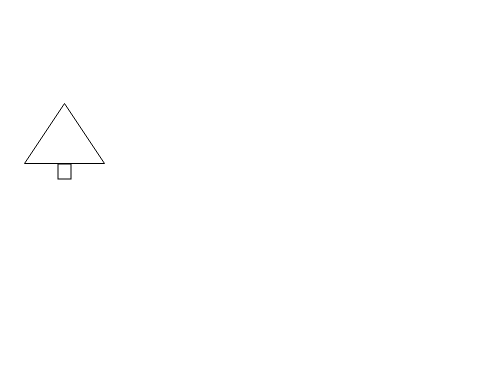
The draw.io diagram decision-tree.drawio in Zhang-Liao/draw-io, before the edit. Source tidied: cells renumbered, new cells numbered last; positions are measured from the earlier drawing's top-left corner, leaving out a move shared by most shapes. Both pictures are drawn from the tidied source at 100%, with x=0, y=0 at pixel (24, 93).
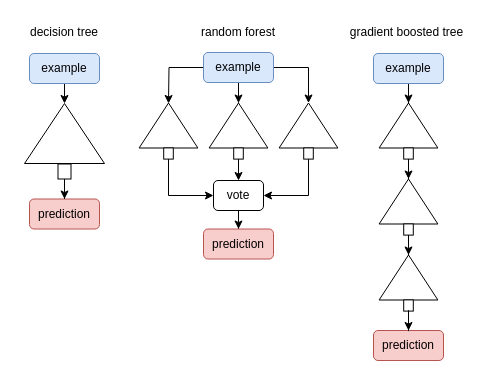
Above is the later version.

Unchanged cells that the change refers to:
```xml
<mxCell id="3" style="triangle;whiteSpace=wrap;html=1;rotation=-90;" parent="2" vertex="1">
  <mxGeometry x="10" y="-10" width="60" height="80" as="geometry" />
</mxCell>
<mxCell id="4" style="rounded=0;whiteSpace=wrap;html=1;rotation=90;" parent="2" vertex="1">
  <mxGeometry x="32.5" y="61.5" width="15" height="13" as="geometry" />
</mxCell>
```

Diff of the diagram source:
```diff
@@
+    <mxCell id="5" style="group;" parent="1" vertex="1">
+      <mxGeometry x="114" y="10" width="60" height="55.5" as="geometry" />
+    </mxCell>
+    <mxCell id="6" style="triangle;whiteSpace=wrap;html=1;rotation=-90;" parent="5" vertex="1">
+      <mxGeometry x="7.5" y="-7.4" width="45" height="58.8" as="geometry" />
+    </mxCell>
+    <mxCell id="7" style="rounded=0;whiteSpace=wrap;html=1;rotation=90;" parent="5" vertex="1">
+      <mxGeometry x="24.4" y="45.2" width="11.2" height="9.6" as="geometry" />
+    </mxCell>
+    <mxCell id="8" style="group;" parent="1" vertex="1">
+      <mxGeometry x="184" y="10" width="60" height="55.5" as="geometry" />
+    </mxCell>
+    <mxCell id="9" style="triangle;whiteSpace=wrap;html=1;rotation=-90;" parent="8" vertex="1">
+      <mxGeometry x="7.5" y="-7.4" width="45" height="58.8" as="geometry" />
+    </mxCell>
+    <mxCell id="10" style="rounded=0;whiteSpace=wrap;html=1;rotation=90;" parent="8" vertex="1">
+      <mxGeometry x="24.4" y="45.2" width="11.2" height="9.6" as="geometry" />
+    </mxCell>
+    <mxCell id="11" style="group;" parent="1" vertex="1">
+      <mxGeometry x="254" y="10" width="60" height="55.5" as="geometry" />
+    </mxCell>
+    <mxCell id="12" style="triangle;whiteSpace=wrap;html=1;rotation=-90;" parent="11" vertex="1">
+      <mxGeometry x="7.5" y="-7.4" width="45" height="58.8" as="geometry" />
+    </mxCell>
+    <mxCell id="13" style="rounded=0;whiteSpace=wrap;html=1;rotation=90;" parent="11" vertex="1">
+      <mxGeometry x="24.4" y="45.2" width="11.2" height="9.6" as="geometry" />
+    </mxCell>
+    <mxCell id="14" style="group;" parent="1" vertex="1">
+      <mxGeometry x="354" y="10" width="60" height="55.5" as="geometry" />
+    </mxCell>
+    <mxCell id="15" style="triangle;whiteSpace=wrap;html=1;rotation=-90;" parent="14" vertex="1">
+      <mxGeometry x="7.5" y="-7.4" width="45" height="58.8" as="geometry" />
+    </mxCell>
+    <mxCell id="16" style="rounded=0;whiteSpace=wrap;html=1;rotation=90;" parent="14" vertex="1">
+      <mxGeometry x="24.4" y="45.2" width="11.2" height="9.6" as="geometry" />
+    </mxCell>
+    <mxCell id="17" style="group;" parent="1" vertex="1">
+      <mxGeometry x="354" y="86" width="60" height="55.5" as="geometry" />
+    </mxCell>
+    <mxCell id="18" style="triangle;whiteSpace=wrap;html=1;rotation=-90;" parent="17" vertex="1">
+      <mxGeometry x="7.5" y="-7.4" width="45" height="58.8" as="geometry" />
+    </mxCell>
+    <mxCell id="19" style="rounded=0;whiteSpace=wrap;html=1;rotation=90;" parent="17" vertex="1">
+      <mxGeometry x="24.4" y="45.2" width="11.2" height="9.6" as="geometry" />
+    </mxCell>
+    <mxCell id="20" style="group;" parent="1" vertex="1">
+      <mxGeometry x="354" y="162" width="60" height="55.5" as="geometry" />
+    </mxCell>
+    <mxCell id="21" style="triangle;whiteSpace=wrap;html=1;rotation=-90;" parent="20" vertex="1">
+      <mxGeometry x="7.5" y="-7.4" width="45" height="58.8" as="geometry" />
+    </mxCell>
+    <mxCell id="22" style="rounded=0;whiteSpace=wrap;html=1;rotation=90;" parent="20" vertex="1">
+      <mxGeometry x="24.4" y="45.2" width="11.2" height="9.6" as="geometry" />
+    </mxCell>
+    <mxCell id="23" style="edgeStyle=orthogonalEdgeStyle;rounded=0;jettySize=auto;html=1;exitX=0.5;exitY=1;exitDx=0;exitDy=0;entryX=1;entryY=0.5;entryDx=0;entryDy=0;" parent="1" edge="1" source="24" target="3">
+      <mxGeometry relative="1" as="geometry" />
+    </mxCell>
+    <mxCell id="24" value="example" style="rounded=1;whiteSpace=wrap;html=1;fillColor=#dae8fc;strokeColor=#6c8ebf;" parent="1" vertex="1">
+      <mxGeometry x="5" y="-40" width="70" height="30" as="geometry" />
+    </mxCell>
+    <mxCell id="25" value="prediction" style="rounded=1;whiteSpace=wrap;html=1;fillColor=#f8cecc;strokeColor=#b85450;" parent="1" vertex="1">
+      <mxGeometry x="5" y="105.5" width="70" height="30" as="geometry" />
+    </mxCell>
+    <mxCell id="26" style="edgeStyle=orthogonalEdgeStyle;rounded=0;jettySize=auto;html=1;" parent="1" edge="1" source="4" target="25">
+      <mxGeometry relative="1" as="geometry" />
+    </mxCell>
+    <mxCell id="27" style="edgeStyle=orthogonalEdgeStyle;rounded=0;jettySize=auto;html=1;" parent="1" edge="1" source="30">
+      <mxGeometry relative="1" as="geometry">
+        <mxPoint x="144" y="10" as="targetPoint" />
+      </mxGeometry>
+    </mxCell>
+    <mxCell id="28" style="edgeStyle=orthogonalEdgeStyle;rounded=0;jettySize=auto;html=1;entryX=1;entryY=0.5;entryDx=0;entryDy=0;" parent="1" edge="1" source="30" target="9">
+      <mxGeometry relative="1" as="geometry" />
+    </mxCell>
+    <mxCell id="29" style="edgeStyle=orthogonalEdgeStyle;rounded=0;jettySize=auto;html=1;entryX=1;entryY=0.5;entryDx=0;entryDy=0;" parent="1" edge="1" source="30" target="12">
+      <mxGeometry relative="1" as="geometry" />
+    </mxCell>
+    <mxCell id="30" value="example" style="rounded=1;whiteSpace=wrap;html=1;fillColor=#dae8fc;strokeColor=#6c8ebf;" parent="1" vertex="1">
+      <mxGeometry x="179" y="-41" width="70" height="30" as="geometry" />
+    </mxCell>
+    <mxCell id="31" style="edgeStyle=orthogonalEdgeStyle;rounded=0;jettySize=auto;html=1;entryX=0.5;entryY=0;entryDx=0;entryDy=0;" parent="1" edge="1" source="32" target="36">
+      <mxGeometry relative="1" as="geometry" />
+    </mxCell>
+    <mxCell id="32" value="vote" style="rounded=1;whiteSpace=wrap;html=1;" parent="1" vertex="1">
+      <mxGeometry x="189" y="87" width="50" height="30" as="geometry" />
+    </mxCell>
+    <mxCell id="33" style="edgeStyle=orthogonalEdgeStyle;rounded=0;jettySize=auto;html=1;entryX=0;entryY=0.5;entryDx=0;entryDy=0;exitX=1;exitY=0.5;exitDx=0;exitDy=0;" parent="1" edge="1" source="7" target="32">
+      <mxGeometry relative="1" as="geometry" />
+    </mxCell>
+    <mxCell id="34" style="edgeStyle=orthogonalEdgeStyle;rounded=0;jettySize=auto;html=1;entryX=0.5;entryY=0;entryDx=0;entryDy=0;" parent="1" edge="1" source="10" target="32">
+      <mxGeometry relative="1" as="geometry" />
+    </mxCell>
+    <mxCell id="35" style="edgeStyle=orthogonalEdgeStyle;rounded=0;jettySize=auto;html=1;entryX=1;entryY=0.5;entryDx=0;entryDy=0;exitX=1;exitY=0.5;exitDx=0;exitDy=0;" parent="1" edge="1" source="13" target="32">
+      <mxGeometry relative="1" as="geometry" />
+    </mxCell>
+    <mxCell id="36" value="prediction" style="rounded=1;whiteSpace=wrap;html=1;fillColor=#f8cecc;strokeColor=#b85450;" parent="1" vertex="1">
+      <mxGeometry x="179" y="135.5" width="70" height="30" as="geometry" />
+    </mxCell>
+    <mxCell id="37" style="edgeStyle=orthogonalEdgeStyle;rounded=0;jettySize=auto;html=1;entryX=1;entryY=0.5;entryDx=0;entryDy=0;" parent="1" edge="1" source="38" target="15">
+      <mxGeometry relative="1" as="geometry" />
+    </mxCell>
+    <mxCell id="38" value="example" style="rounded=1;whiteSpace=wrap;html=1;fillColor=#dae8fc;strokeColor=#6c8ebf;" parent="1" vertex="1">
+      <mxGeometry x="349" y="-40" width="70" height="30" as="geometry" />
+    </mxCell>
+    <mxCell id="39" style="edgeStyle=orthogonalEdgeStyle;rounded=0;jettySize=auto;html=1;entryX=1;entryY=0.5;entryDx=0;entryDy=0;" parent="1" edge="1" source="16" target="18">
+      <mxGeometry relative="1" as="geometry" />
+    </mxCell>
+    <mxCell id="40" style="edgeStyle=orthogonalEdgeStyle;rounded=0;jettySize=auto;html=1;entryX=1;entryY=0.5;entryDx=0;entryDy=0;" parent="1" edge="1" source="19" target="21">
+      <mxGeometry relative="1" as="geometry" />
+    </mxCell>
+    <mxCell id="41" value="prediction" style="rounded=1;whiteSpace=wrap;html=1;fillColor=#f8cecc;strokeColor=#b85450;" parent="1" vertex="1">
+      <mxGeometry x="349" y="237" width="70" height="30" as="geometry" />
+    </mxCell>
+    <mxCell id="42" style="edgeStyle=orthogonalEdgeStyle;rounded=0;jettySize=auto;html=1;entryX=0.5;entryY=0;entryDx=0;entryDy=0;" parent="1" edge="1" source="22" target="41">
+      <mxGeometry relative="1" as="geometry" />
+    </mxCell>
+    <mxCell id="43" value="decision tree" style="text;strokeColor=none;align=center;fillColor=none;html=1;verticalAlign=middle;whiteSpace=wrap;rounded=0;" parent="1" vertex="1">
+      <mxGeometry x="-7" y="-76" width="94" height="30" as="geometry" />
+    </mxCell>
+    <mxCell id="44" value="random&amp;nbsp;&lt;span style=&quot;background-color: initial;&quot;&gt;forest&lt;/span&gt;" style="text;strokeColor=none;align=center;fillColor=none;html=1;verticalAlign=middle;whiteSpace=wrap;rounded=0;" parent="1" vertex="1">
+      <mxGeometry x="154" y="-76" width="120" height="30" as="geometry" />
+    </mxCell>
+    <mxCell id="45" value="gradient boosted tree" style="text;strokeColor=none;align=center;fillColor=none;html=1;verticalAlign=middle;whiteSpace=wrap;rounded=0;" parent="1" vertex="1">
+      <mxGeometry x="314" y="-76" width="137" height="30" as="geometry" />
+    </mxCell>
```
